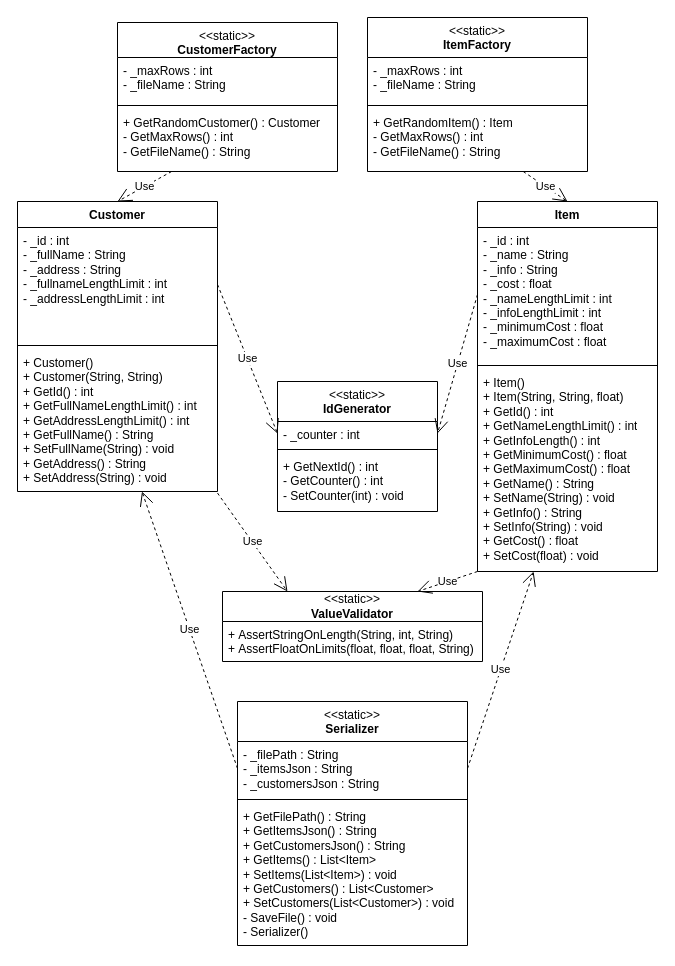
Earlier version of the draw.io diagram doc/Practics1.drawio (inittose/OOP). Source tidied: cells renumbered, new cells numbered last; positions are measured from the earlier drawing's top-left corner, leaving out a move shared by most shapes. Both pictures are drawn from the tidied source at 100%, with x=0, y=0 at pixel (17, 17).
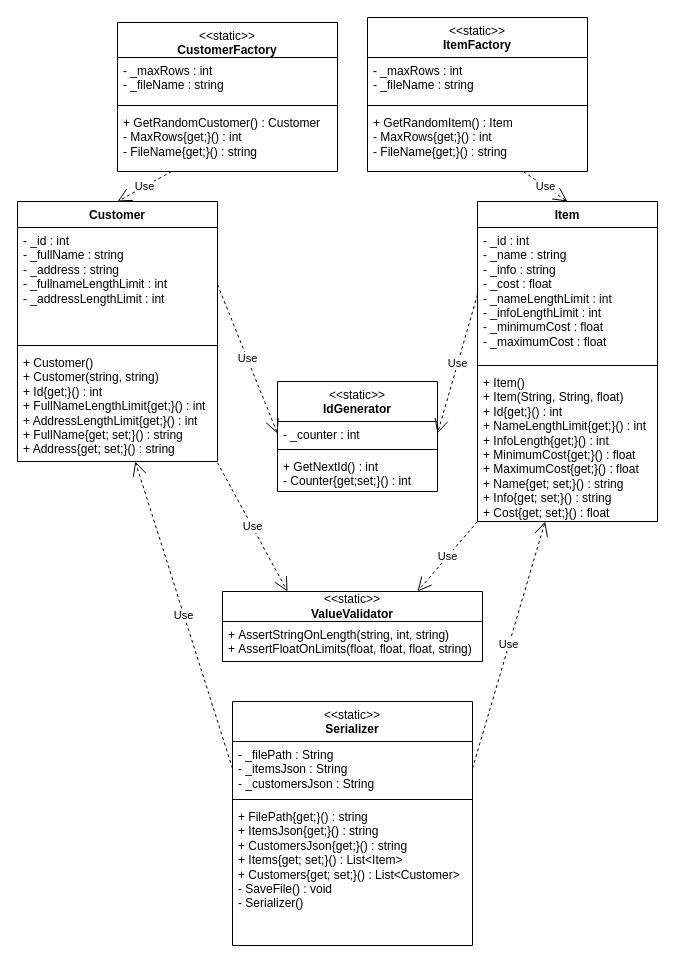
The same page after the edit.

Commit message (it also covers changes not shown here):
docs(lab1): Исправления в UML-диаграмме

- Поправил отображение свойств

Unchanged cells that the change refers to:
```xml
<mxCell id="14" value="&amp;lt;&amp;lt;static&amp;gt;&amp;gt;&lt;br&gt;&lt;b&gt;ValueValidator&lt;/b&gt;" style="swimlane;fontStyle=0;horizontal=1;startSize=30;fillColor=none;whiteSpace=wrap;html=1;" parent="1" vertex="1">
  <mxGeometry x="205" y="574" width="260" height="70" as="geometry" />
</mxCell>
<mxCell id="20" value="&lt;span style=&quot;font-weight: normal;&quot;&gt;&amp;lt;&amp;lt;static&amp;gt;&amp;gt;&lt;/span&gt;&lt;br&gt;CustomerFactory" style="swimlane;fontStyle=1;align=center;verticalAlign=top;horizontal=1;startSize=35;whiteSpace=wrap;html=1;" parent="1" vertex="1">
  <mxGeometry x="100" y="5" width="220" height="149" as="geometry" />
</mxCell>
<mxCell id="24" value="&lt;span style=&quot;font-weight: normal;&quot;&gt;&amp;lt;&amp;lt;static&amp;gt;&amp;gt;&lt;/span&gt;&lt;br&gt;ItemFactory" style="swimlane;fontStyle=1;align=center;verticalAlign=top;horizontal=1;startSize=40;whiteSpace=wrap;html=1;" parent="1" vertex="1">
  <mxGeometry x="350" width="220" height="154" as="geometry" />
</mxCell>
```

Change to the diagram source:
```diff
@@
     <mxCell id="2" value="Customer" style="swimlane;fontStyle=1;align=center;verticalAlign=top;horizontal=1;startSize=26;whiteSpace=wrap;html=1;" parent="1" vertex="1">
-      <mxGeometry y="184" width="200" height="290" as="geometry" />
+      <mxGeometry y="184" width="200" height="260" as="geometry" />
     </mxCell>
-    <mxCell id="3" value="- _id : int&lt;br&gt;- _fullName : String&lt;br&gt;- _address : String&lt;br&gt;-&amp;nbsp;_fullnameLengthLimit : int&lt;br&gt;-&amp;nbsp;_addressLengthLimit : int" style="text;strokeColor=none;fillColor=none;align=left;verticalAlign=top;spacingLeft=4;spacingRight=4;overflow=hidden;points=[[0,0.5],[1,0.5]];portConstraint=eastwest;whiteSpace=wrap;html=1;" parent="2" vertex="1">
+    <mxCell id="3" value="- _id : int&lt;br&gt;- _fullName : string&lt;br&gt;- _address : string&lt;br&gt;-&amp;nbsp;_fullnameLengthLimit : int&lt;br&gt;-&amp;nbsp;_addressLengthLimit : int" style="text;strokeColor=none;fillColor=none;align=left;verticalAlign=top;spacingLeft=4;spacingRight=4;overflow=hidden;points=[[0,0.5],[1,0.5]];portConstraint=eastwest;whiteSpace=wrap;html=1;" parent="2" vertex="1">
       <mxGeometry y="26" width="200" height="114" as="geometry" />
     </mxCell>
@@
-    <mxCell id="5" value="+&amp;nbsp;Customer()&lt;br style=&quot;border-color: var(--border-color);&quot;&gt;+ Customer(String, String)&lt;br&gt;+ GetId() : int&lt;br&gt;+ GetFullNameLengthLimit() : int&lt;br&gt;+ GetAddressLengthLimit() : int&lt;br&gt;+ GetFullName() : String&lt;br&gt;+ SetFullName(String) : void&lt;br&gt;+ GetAddress() : String&lt;br&gt;+ SetAddress(String) : void" style="text;strokeColor=none;fillColor=none;align=left;verticalAlign=top;spacingLeft=4;spacingRight=4;overflow=hidden;points=[[0,0.5],[1,0.5]];portConstraint=eastwest;whiteSpace=wrap;html=1;" parent="2" vertex="1">
-      <mxGeometry y="148" width="200" height="142" as="geometry" />
+    <mxCell id="5" value="+&amp;nbsp;Customer()&lt;br style=&quot;border-color: var(--border-color);&quot;&gt;+ Customer(string, string)&lt;br&gt;+ Id{get;}() : int&lt;br&gt;+ FullNameLengthLimit{get;}() : int&lt;br&gt;+ AddressLengthLimit{get;}() : int&lt;br&gt;+ FullName{get; set;}() : string&lt;br&gt;+ Address{get; set;}() : string" style="text;strokeColor=none;fillColor=none;align=left;verticalAlign=top;spacingLeft=4;spacingRight=4;overflow=hidden;points=[[0,0.5],[1,0.5]];portConstraint=eastwest;whiteSpace=wrap;html=1;" parent="2" vertex="1">
+      <mxGeometry y="148" width="200" height="112" as="geometry" />
     </mxCell>
     <mxCell id="6" value="Item" style="swimlane;fontStyle=1;align=center;verticalAlign=top;horizontal=1;startSize=26;whiteSpace=wrap;html=1;" parent="1" vertex="1">
-      <mxGeometry x="460" y="184" width="180" height="370" as="geometry" />
+      <mxGeometry x="460" y="184" width="180" height="320" as="geometry" />
     </mxCell>
-    <mxCell id="7" value="- _id : int&lt;br&gt;- _name : String&lt;br&gt;- _info : String&lt;br&gt;- _cost : float&lt;br style=&quot;border-color: var(--border-color);&quot;&gt;-&amp;nbsp;_nameLengthLimit : int&lt;br style=&quot;border-color: var(--border-color);&quot;&gt;- _infoLengthLimit : int&lt;br style=&quot;border-color: var(--border-color);&quot;&gt;- _minimumCost : float&lt;br style=&quot;border-color: var(--border-color);&quot;&gt;-&amp;nbsp;_maximumCost : float" style="text;strokeColor=none;fillColor=none;align=left;verticalAlign=top;spacingLeft=4;spacingRight=4;overflow=hidden;points=[[0,0.5],[1,0.5]];portConstraint=eastwest;whiteSpace=wrap;html=1;" parent="6" vertex="1">
+    <mxCell id="7" value="- _id : int&lt;br&gt;- _name : string&lt;br&gt;- _info : string&lt;br&gt;- _cost : float&lt;br style=&quot;border-color: var(--border-color);&quot;&gt;-&amp;nbsp;_nameLengthLimit : int&lt;br style=&quot;border-color: var(--border-color);&quot;&gt;- _infoLengthLimit : int&lt;br style=&quot;border-color: var(--border-color);&quot;&gt;- _minimumCost : float&lt;br style=&quot;border-color: var(--border-color);&quot;&gt;-&amp;nbsp;_maximumCost : float" style="text;strokeColor=none;fillColor=none;align=left;verticalAlign=top;spacingLeft=4;spacingRight=4;overflow=hidden;points=[[0,0.5],[1,0.5]];portConstraint=eastwest;whiteSpace=wrap;html=1;" parent="6" vertex="1">
       <mxGeometry y="26" width="180" height="134" as="geometry" />
     </mxCell>
@@
-    <mxCell id="9" value="+&amp;nbsp;Item()&lt;br&gt;+&amp;nbsp;Item(String, String, float)&lt;br&gt;+ GetId() : int&lt;br style=&quot;border-color: var(--border-color);&quot;&gt;+ GetNameLengthLimit() : int&lt;br style=&quot;border-color: var(--border-color);&quot;&gt;+ GetInfoLength() : int&lt;br style=&quot;border-color: var(--border-color);&quot;&gt;+ GetMinimumCost() : float&lt;br style=&quot;border-color: var(--border-color);&quot;&gt;+ GetMaximumCost() : float&lt;br&gt;+ GetName() : String&lt;br&gt;+ SetName(String) : void&lt;br&gt;+ GetInfo() : String&lt;br&gt;+ SetInfo(String) : void&lt;br&gt;+ GetCost() : float&lt;br&gt;+ SetCost(float) : void" style="text;strokeColor=none;fillColor=none;align=left;verticalAlign=top;spacingLeft=4;spacingRight=4;overflow=hidden;points=[[0,0.5],[1,0.5]];portConstraint=eastwest;whiteSpace=wrap;html=1;" parent="6" vertex="1">
-      <mxGeometry y="168" width="180" height="202" as="geometry" />
+    <mxCell id="9" value="+&amp;nbsp;Item()&lt;br&gt;+&amp;nbsp;Item(String, String, float)&lt;br&gt;+ Id{get;}() : int&lt;br style=&quot;border-color: var(--border-color);&quot;&gt;+ NameLengthLimit{get;}() : int&lt;br style=&quot;border-color: var(--border-color);&quot;&gt;+ InfoLength{get;}() : int&lt;br style=&quot;border-color: var(--border-color);&quot;&gt;+ MinimumCost{get;}() : float&lt;br style=&quot;border-color: var(--border-color);&quot;&gt;+ MaximumCost{get;}() : float&lt;br&gt;+ Name{get; set;}() : string&lt;br&gt;+ Info{get; set;}() : string&lt;br&gt;+ Cost{get; set;}() : float" style="text;strokeColor=none;fillColor=none;align=left;verticalAlign=top;spacingLeft=4;spacingRight=4;overflow=hidden;points=[[0,0.5],[1,0.5]];portConstraint=eastwest;whiteSpace=wrap;html=1;" parent="6" vertex="1">
+      <mxGeometry y="168" width="180" height="152" as="geometry" />
     </mxCell>
     <mxCell id="10" value="&lt;span style=&quot;font-weight: normal;&quot;&gt;&amp;lt;&amp;lt;static&amp;gt;&amp;gt;&lt;/span&gt;&lt;br&gt;IdGenerator" style="swimlane;fontStyle=1;align=center;verticalAlign=top;horizontal=1;startSize=40;whiteSpace=wrap;html=1;" parent="1" vertex="1">
-      <mxGeometry x="260" y="364" width="160" height="130" as="geometry" />
+      <mxGeometry x="260" y="364" width="160" height="110" as="geometry" />
     </mxCell>
@@
-    <mxCell id="13" value="+ GetNextId() : int&lt;br&gt;- GetCounter() : int&lt;br&gt;- SetCounter(int) : void" style="text;strokeColor=none;fillColor=none;align=left;verticalAlign=top;spacingLeft=4;spacingRight=4;overflow=hidden;whiteSpace=wrap;html=1;" parent="10" vertex="1">
-      <mxGeometry y="72" width="160" height="58" as="geometry" />
+    <mxCell id="13" value="+ GetNextId() : int&lt;br&gt;- Counter{get;set;}() : int" style="text;strokeColor=none;fillColor=none;align=left;verticalAlign=top;spacingLeft=4;spacingRight=4;overflow=hidden;whiteSpace=wrap;html=1;" parent="10" vertex="1">
+      <mxGeometry y="72" width="160" height="38" as="geometry" />
     </mxCell>
@@
-    <mxCell id="15" value="+&amp;nbsp;AssertStringOnLength(String, int, String)&lt;br&gt;+&amp;nbsp;AssertFloatOnLimits(float, float,&amp;nbsp;&lt;span style=&quot;background-color: initial;&quot;&gt;float, String)&lt;/span&gt;" style="text;strokeColor=none;fillColor=none;align=left;verticalAlign=top;spacingLeft=4;spacingRight=4;overflow=hidden;whiteSpace=wrap;html=1;" parent="14" vertex="1">
+    <mxCell id="15" value="+&amp;nbsp;AssertStringOnLength(string, int, string)&lt;br&gt;+&amp;nbsp;AssertFloatOnLimits(float, float,&amp;nbsp;&lt;span style=&quot;background-color: initial;&quot;&gt;float, string)&lt;/span&gt;" style="text;strokeColor=none;fillColor=none;align=left;verticalAlign=top;spacingLeft=4;spacingRight=4;overflow=hidden;whiteSpace=wrap;html=1;" parent="14" vertex="1">
       <mxGeometry y="30" width="260" height="40" as="geometry" />
     </mxCell>
@@
-    <mxCell id="21" value="-&amp;nbsp;_maxRows : int&lt;br&gt;- _fileName : String&lt;div&gt;&lt;br&gt;&lt;/div&gt;" style="text;strokeColor=none;fillColor=none;align=left;verticalAlign=top;spacingLeft=4;spacingRight=4;overflow=hidden;whiteSpace=wrap;html=1;" parent="20" vertex="1">
+    <mxCell id="21" value="-&amp;nbsp;_maxRows : int&lt;br&gt;- _fileName : string&lt;div&gt;&lt;br&gt;&lt;/div&gt;" style="text;strokeColor=none;fillColor=none;align=left;verticalAlign=top;spacingLeft=4;spacingRight=4;overflow=hidden;whiteSpace=wrap;html=1;" parent="20" vertex="1">
       <mxGeometry y="35" width="220" height="44" as="geometry" />
     </mxCell>
@@
-    <mxCell id="23" value="+&amp;nbsp;GetRandomCustomer() : Customer&lt;br&gt;- GetMaxRows() : int&lt;br&gt;- GetFileName() : String" style="text;strokeColor=none;fillColor=none;align=left;verticalAlign=top;spacingLeft=4;spacingRight=4;overflow=hidden;points=[[0,0.5],[1,0.5]];portConstraint=eastwest;whiteSpace=wrap;html=1;" parent="20" vertex="1">
+    <mxCell id="23" value="+&amp;nbsp;GetRandomCustomer() : Customer&lt;br&gt;- MaxRows{get;}() : int&lt;br&gt;- FileName{get;}() : string" style="text;strokeColor=none;fillColor=none;align=left;verticalAlign=top;spacingLeft=4;spacingRight=4;overflow=hidden;points=[[0,0.5],[1,0.5]];portConstraint=eastwest;whiteSpace=wrap;html=1;" parent="20" vertex="1">
       <mxGeometry y="87" width="220" height="62" as="geometry" />
     </mxCell>
@@
-    <mxCell id="25" value="-&amp;nbsp;_maxRows : int&lt;br&gt;- _fileName : String&lt;div&gt;&lt;br&gt;&lt;/div&gt;" style="text;strokeColor=none;fillColor=none;align=left;verticalAlign=top;spacingLeft=4;spacingRight=4;overflow=hidden;whiteSpace=wrap;html=1;" parent="24" vertex="1">
+    <mxCell id="25" value="-&amp;nbsp;_maxRows : int&lt;br&gt;- _fileName : string&lt;div&gt;&lt;br&gt;&lt;/div&gt;" style="text;strokeColor=none;fillColor=none;align=left;verticalAlign=top;spacingLeft=4;spacingRight=4;overflow=hidden;whiteSpace=wrap;html=1;" parent="24" vertex="1">
       <mxGeometry y="40" width="220" height="44" as="geometry" />
     </mxCell>
@@
-    <mxCell id="27" value="+&amp;nbsp;GetRandomItem() : Item&lt;br&gt;- GetMaxRows() : int&lt;br&gt;- GetFileName() : String&lt;div&gt;&lt;br/&gt;&lt;/div&gt;" style="text;strokeColor=none;fillColor=none;align=left;verticalAlign=top;spacingLeft=4;spacingRight=4;overflow=hidden;points=[[0,0.5],[1,0.5]];portConstraint=eastwest;whiteSpace=wrap;html=1;" parent="24" vertex="1">
+    <mxCell id="27" value="+&amp;nbsp;GetRandomItem() : Item&lt;br&gt;- MaxRows{get;}() : int&lt;br&gt;- FileName{get;}() : string&lt;div&gt;&lt;br&gt;&lt;/div&gt;" style="text;strokeColor=none;fillColor=none;align=left;verticalAlign=top;spacingLeft=4;spacingRight=4;overflow=hidden;points=[[0,0.5],[1,0.5]];portConstraint=eastwest;whiteSpace=wrap;html=1;" parent="24" vertex="1">
       <mxGeometry y="92" width="220" height="62" as="geometry" />
     </mxCell>
     <mxCell id="28" value="&lt;span style=&quot;font-weight: normal;&quot;&gt;&amp;lt;&amp;lt;static&amp;gt;&amp;gt;&lt;/span&gt;&lt;br&gt;Serializer" style="swimlane;fontStyle=1;align=center;verticalAlign=top;horizontal=1;startSize=40;whiteSpace=wrap;html=1;" parent="1" vertex="1">
-      <mxGeometry x="220" y="684" width="230" height="244" as="geometry" />
+      <mxGeometry x="215" y="684" width="240" height="244" as="geometry" />
     </mxCell>
     <mxCell id="29" value="-&amp;nbsp;_filePath : String&lt;br&gt;-&amp;nbsp;_itemsJson : String&lt;br&gt;-&amp;nbsp;_customersJson : String" style="text;strokeColor=none;fillColor=none;align=left;verticalAlign=top;spacingLeft=4;spacingRight=4;overflow=hidden;points=[[0,0.5],[1,0.5]];portConstraint=eastwest;whiteSpace=wrap;html=1;" parent="28" vertex="1">
-      <mxGeometry y="40" width="230" height="54" as="geometry" />
+      <mxGeometry y="40" width="240" height="54" as="geometry" />
     </mxCell>
     <mxCell id="30" style="line;strokeWidth=1;fillColor=none;align=left;verticalAlign=middle;spacingTop=-1;spacingLeft=3;spacingRight=3;labelPosition=right;strokeColor=inherit;" parent="28" vertex="1">
-      <mxGeometry y="94" width="230" height="8" as="geometry" />
+      <mxGeometry y="94" width="240" height="8" as="geometry" />
     </mxCell>
-    <mxCell id="31" value="+ GetFilePath() : String&lt;br&gt;+ GetItemsJson() : String&lt;br&gt;+ GetCustomersJson() : String&lt;br&gt;+&amp;nbsp;GetItems() : List&amp;lt;Item&amp;gt;&lt;br&gt;+&amp;nbsp;SetItems(List&amp;lt;Item&amp;gt;) : void&lt;br&gt;+&amp;nbsp;GetCustomers() :&amp;nbsp;List&amp;lt;Customer&amp;gt;&lt;div&gt;+&amp;nbsp;SetCustomers(List&amp;lt;Customer&amp;gt;) : void&lt;/div&gt;&lt;div&gt;-&amp;nbsp;SaveFile() : void&lt;/div&gt;&lt;div&gt;- Serializer()&lt;br&gt;&lt;/div&gt;" style="text;strokeColor=none;fillColor=none;align=left;verticalAlign=top;spacingLeft=4;spacingRight=4;overflow=hidden;whiteSpace=wrap;html=1;" parent="28" vertex="1">
-      <mxGeometry y="102" width="230" height="142" as="geometry" />
+    <mxCell id="31" value="+ FilePath{get;}() : string&lt;br&gt;+ ItemsJson{get;}() : string&lt;br&gt;+ CustomersJson{get;}() : string&lt;br&gt;+ Items{get; set;}() : List&amp;lt;Item&amp;gt;&lt;br&gt;+ Customers{get; set;}() :&amp;nbsp;List&amp;lt;Customer&amp;gt;&lt;br&gt;&lt;div&gt;-&amp;nbsp;SaveFile() : void&lt;/div&gt;&lt;div&gt;- Serializer()&lt;br&gt;&lt;/div&gt;" style="text;strokeColor=none;fillColor=none;align=left;verticalAlign=top;spacingLeft=4;spacingRight=4;overflow=hidden;whiteSpace=wrap;html=1;" parent="28" vertex="1">
+      <mxGeometry y="102" width="240" height="142" as="geometry" />
     </mxCell>
```
